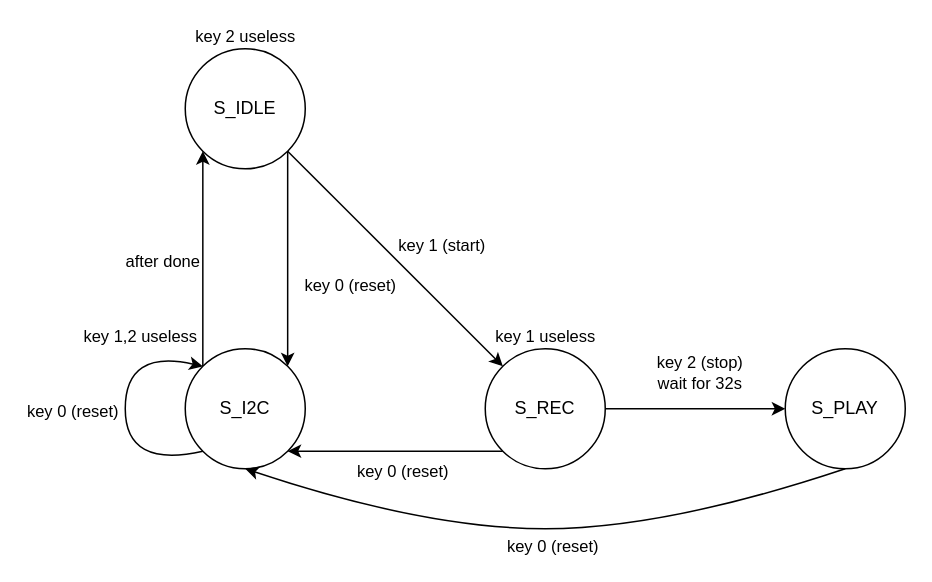
Above: Lab3/doc/top state.drawio in shawntsai0312/NTUEE_DIGITAL_CIRCUIT_LAB_24FALL (draw.io), before the change. Source tidied: cells renumbered, new cells numbered last; positions are measured from the earlier drawing's top-left corner, leaving out a move shared by most shapes. Both pictures are drawn from the tidied source at 150%, with x=0, y=0 at pixel (64, 33).
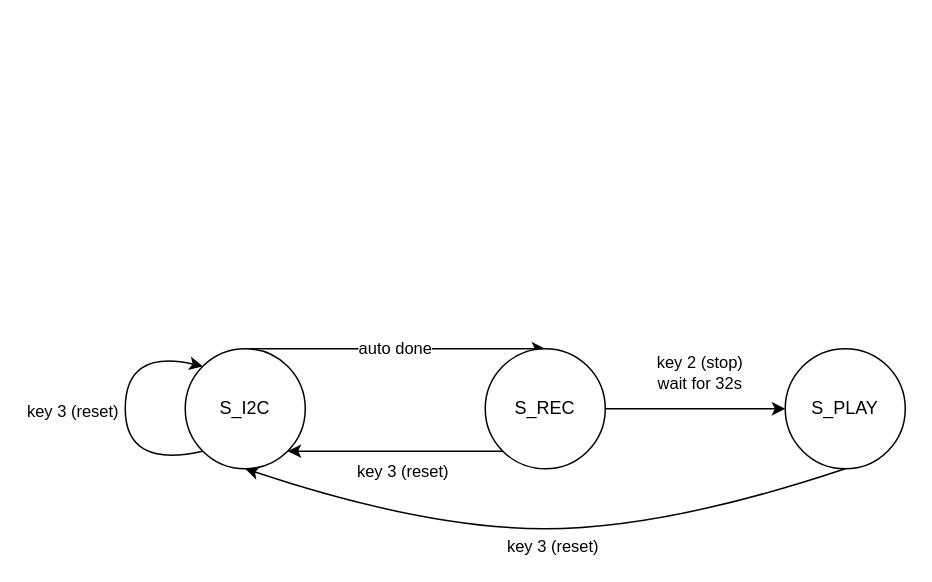
Above is the later version.

Unchanged cells that the change refers to:
```xml
<mxCell id="3" value="S_I2C" style="ellipse;whiteSpace=wrap;html=1;" parent="1" vertex="1">
  <mxGeometry x="80" y="210" width="80" height="80" as="geometry" />
</mxCell>
<mxCell id="6" value="S_REC" style="ellipse;whiteSpace=wrap;html=1;" parent="1" vertex="1">
  <mxGeometry x="280" y="210" width="80" height="80" as="geometry" />
</mxCell>
```

What changed in the source:
```diff
@@
-    <mxCell id="2" style="edgeStyle=orthogonalEdgeStyle;rounded=0;jettySize=auto;html=1;exitX=0;exitY=0;exitDx=0;exitDy=0;entryX=0;entryY=1;entryDx=0;entryDy=0;" parent="1" edge="1" source="3" target="17">
-      <mxGeometry relative="1" as="geometry" />
-    </mxCell>
+    <mxCell id="23" value="auto done" style="edgeStyle=none;html=1;exitX=0.5;exitY=0;exitDx=0;exitDy=0;entryX=0.5;entryY=0;entryDx=0;entryDy=0;" parent="1" edge="1" source="3" target="6">
+      <mxGeometry relative="1" as="geometry" />
+    </mxCell>
@@
-    <mxCell id="10" value="key 0 (reset)" style="edgeLabel;html=1;align=center;verticalAlign=middle;" parent="1" vertex="1">
+    <mxCell id="10" value="key 3 (reset)" style="edgeLabel;html=1;align=center;verticalAlign=middle;" parent="1" vertex="1">
       <mxGeometry x="220" y="290" as="geometry">
         <mxPoint x="4" y="1" as="offset" />
       </mxGeometry>
     </mxCell>
-    <mxCell id="11" value="key 1 useless" style="edgeLabel;html=1;align=center;verticalAlign=middle;" parent="1" vertex="1">
-      <mxGeometry x="320" y="200" as="geometry">
-        <mxPoint x="-1" y="1" as="offset" />
-      </mxGeometry>
-    </mxCell>
-    <mxCell id="12" value="key 0 (reset)" style="edgeLabel;html=1;align=center;verticalAlign=middle;" parent="1" vertex="1">
+    <mxCell id="12" value="key 3 (reset)" style="edgeLabel;html=1;align=center;verticalAlign=middle;" parent="1" vertex="1">
       <mxGeometry y="250" as="geometry">
         <mxPoint x="4" y="1" as="offset" />
       </mxGeometry>
     </mxCell>
-    <mxCell id="13" value="key 1,2 useless" style="edgeLabel;html=1;align=center;verticalAlign=middle;" parent="1" vertex="1">
-      <mxGeometry x="50" y="200" as="geometry">
-        <mxPoint x="-1" y="1" as="offset" />
-      </mxGeometry>
-    </mxCell>
@@
-    <mxCell id="15" value="key 0 (reset)" style="edgeLabel;html=1;align=center;verticalAlign=middle;" parent="1" vertex="1">
+    <mxCell id="15" value="key 3 (reset)" style="edgeLabel;html=1;align=center;verticalAlign=middle;" parent="1" vertex="1">
       <mxGeometry x="320" y="340" as="geometry">
         <mxPoint x="4" y="1" as="offset" />
       </mxGeometry>
     </mxCell>
-    <mxCell id="16" style="edgeStyle=orthogonalEdgeStyle;rounded=0;jettySize=auto;html=1;exitX=1;exitY=1;exitDx=0;exitDy=0;entryX=1;entryY=0;entryDx=0;entryDy=0;" parent="1" edge="1" source="17" target="3">
-      <mxGeometry relative="1" as="geometry" />
-    </mxCell>
-    <mxCell id="17" value="S_IDLE" style="ellipse;whiteSpace=wrap;html=1;" parent="1" vertex="1">
-      <mxGeometry x="80" y="10" width="80" height="80" as="geometry" />
-    </mxCell>
-    <mxCell id="18" style="endArrow=classic;html=1;rounded=0;exitX=1;exitY=1;exitDx=0;exitDy=0;entryX=0;entryY=0;entryDx=0;entryDy=0;" parent="1" edge="1" source="17" target="6">
-      <mxGeometry relative="1" as="geometry" />
-    </mxCell>
-    <mxCell id="19" value="key 1 (start)" style="edgeLabel;html=1;align=center;verticalAlign=middle;" parent="1" vertex="1">
-      <mxGeometry x="250" y="140" as="geometry" />
-    </mxCell>
-    <mxCell id="20" value="after done" style="edgeLabel;html=1;align=center;verticalAlign=middle;" parent="1" vertex="1">
-      <mxGeometry x="60" y="150" as="geometry">
-        <mxPoint x="4" y="1" as="offset" />
-      </mxGeometry>
-    </mxCell>
-    <mxCell id="21" value="key 0 (reset)" style="edgeLabel;html=1;align=center;verticalAlign=middle;" parent="1" vertex="1">
-      <mxGeometry y="240" as="geometry">
-        <mxPoint x="189" y="-73" as="offset" />
-      </mxGeometry>
-    </mxCell>
-    <mxCell id="22" value="key 2 useless" style="edgeLabel;html=1;align=center;verticalAlign=middle;" parent="1" vertex="1">
-      <mxGeometry x="120" as="geometry">
-        <mxPoint x="-1" y="1" as="offset" />
-      </mxGeometry>
-    </mxCell>
```
